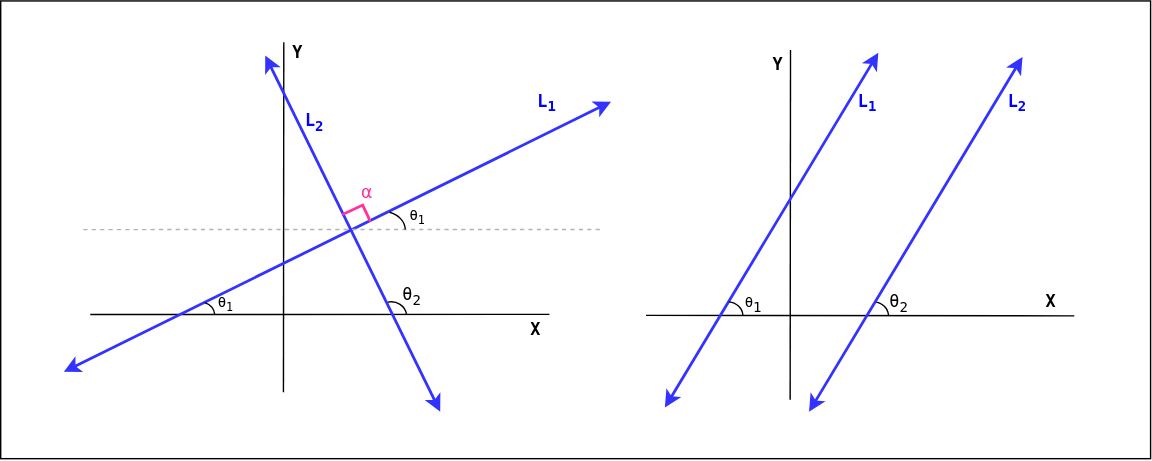
The draw.io diagram public/diagrams/line-angle-parallel-perpendicular.svg in datkumar/code-journal, before a commit. Source tidied: cells renumbered, new cells last; positions are measured from the earlier drawing's top-left corner, leaving out a move shared by most shapes.
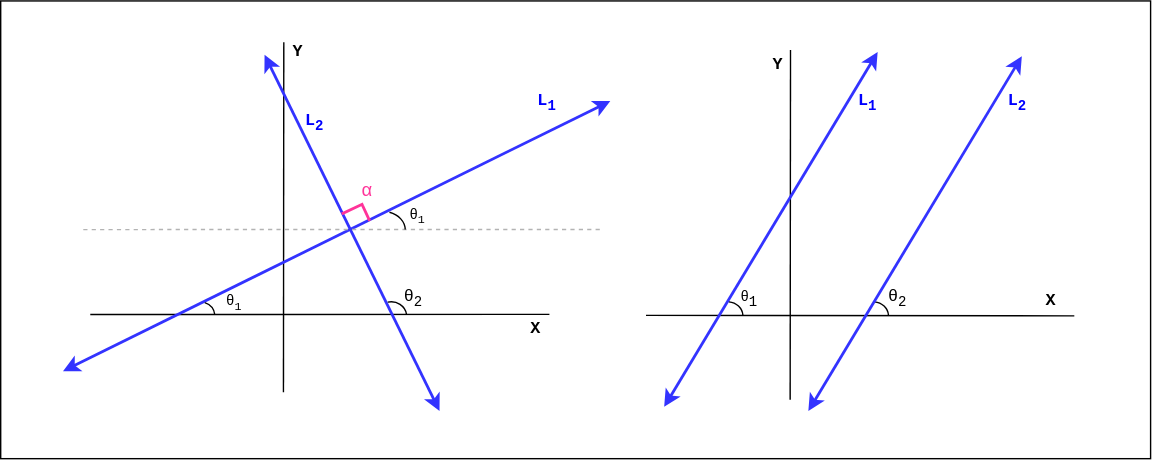
The same file after the commit.

What changed in the source:
```diff
@@ -2,7 +2,7 @@
   <root>
     <mxCell id="0" />
     <mxCell id="1" parent="0" />
-    <mxCell id="2" style="rounded=0;whiteSpace=wrap;html=1;fillColor=light-dark(#FFFFFF,#FFFFFF);fillStyle=solid;" parent="1" vertex="1">
+    <mxCell id="2" style="rounded=0;whiteSpace=wrap;html=1;fillColor=light-dark(#FFFFFF,#FFFFFF);fillStyle=solid;fontFamily=monospace;" parent="1" vertex="1">
       <mxGeometry width="821.5" height="327" as="geometry" />
     </mxCell>
     <mxCell id="3" style="endArrow=none;html=1;strokeWidth=1;rounded=0;strokeColor=light-dark(#000000,#000000);fontFamily=monospace;fontColor=#000000;" parent="1" edge="1">
@@ -35,17 +35,17 @@
         <mxPoint x="314" y="293.5" as="targetPoint" />
       </mxGeometry>
     </mxCell>
-    <mxCell id="9" style="verticalLabelPosition=bottom;verticalAlign=top;html=1;shape=mxgraph.basic.arc;startAngle=0.9636691006109255;endAngle=0.2293572000800764;fontColor=#000000;fillColor=light-dark(#000000,#000000);strokeColor=light-dark(#000000,#000000);" parent="1" vertex="1">
+    <mxCell id="9" style="verticalLabelPosition=bottom;verticalAlign=top;html=1;shape=mxgraph.basic.arc;startAngle=0.9636691006109255;endAngle=0.2293572000800764;fontColor=#000000;fillColor=light-dark(#000000,#000000);strokeColor=light-dark(#000000,#000000);fontFamily=monospace;" parent="1" vertex="1">
       <mxGeometry x="268" y="214.9" width="22" height="20.6" as="geometry" />
     </mxCell>
     <mxCell id="10" value="θ&lt;sub&gt;2&lt;/sub&gt;" style="text;html=1;align=center;verticalAlign=middle;whiteSpace=wrap;rounded=0;fontFamily=monospace;fontColor=#000000;" parent="1" vertex="1">
-      <mxGeometry x="289" y="205" width="10" height="11" as="geometry" />
+      <mxGeometry x="290" y="207" width="10" height="11" as="geometry" />
     </mxCell>
-    <mxCell id="11" style="verticalLabelPosition=bottom;verticalAlign=top;html=1;shape=mxgraph.basic.arc;startAngle=0.055934176189578154;endAngle=0.23464572180095508;fontColor=#000000;fillColor=light-dark(#000000,#000000);strokeColor=light-dark(#000000,#000000);" parent="1" vertex="1">
+    <mxCell id="11" style="verticalLabelPosition=bottom;verticalAlign=top;html=1;shape=mxgraph.basic.arc;startAngle=0.055934176189578154;endAngle=0.23464572180095508;fontColor=#000000;fillColor=light-dark(#000000,#000000);strokeColor=light-dark(#000000,#000000);fontFamily=monospace;" parent="1" vertex="1">
       <mxGeometry x="131" y="214.9" width="22" height="20.6" as="geometry" />
     </mxCell>
     <mxCell id="12" value="θ&lt;sub&gt;1&lt;/sub&gt;" style="text;html=1;align=center;verticalAlign=middle;whiteSpace=wrap;rounded=0;fontFamily=monospace;fontColor=#000000;fontSize=10;" parent="1" vertex="1">
-      <mxGeometry x="156" y="210.4" width="10" height="11" as="geometry" />
+      <mxGeometry x="162" y="210.4" width="10" height="11" as="geometry" />
     </mxCell>
     <mxCell id="13" style="endArrow=none;html=1;strokeWidth=1;rounded=0;strokeColor=light-dark(#B3B3B3,#B3B3B3);fontFamily=monospace;fontColor=#000000;dashed=1;" parent="1" edge="1">
       <mxGeometry relative="1" as="geometry">
@@ -53,7 +53,7 @@
         <mxPoint x="429" y="163.3" as="targetPoint" />
       </mxGeometry>
     </mxCell>
-    <mxCell id="14" style="verticalLabelPosition=bottom;verticalAlign=top;html=1;shape=mxgraph.basic.arc;startAngle=0.05327502229391867;endAngle=0.2467189196852038;fontColor=#000000;fillColor=light-dark(#000000,#000000);strokeColor=light-dark(#000000,#000000);" parent="1" vertex="1">
+    <mxCell id="14" style="verticalLabelPosition=bottom;verticalAlign=top;html=1;shape=mxgraph.basic.arc;startAngle=0.05327502229391867;endAngle=0.2467189196852038;fontColor=#000000;fillColor=light-dark(#000000,#000000);strokeColor=light-dark(#000000,#000000);fontFamily=monospace;" parent="1" vertex="1">
       <mxGeometry x="255.5" y="150.2" width="33.5" height="26.6" as="geometry" />
     </mxCell>
     <mxCell id="15" value="θ&lt;sub&gt;1&lt;/sub&gt;" style="text;html=1;align=center;verticalAlign=middle;whiteSpace=wrap;rounded=0;fontFamily=monospace;fontColor=#000000;fontSize=10;" parent="1" vertex="1">
@@ -86,11 +86,11 @@
         <mxPoint x="474.5" y="290.5" as="targetPoint" />
       </mxGeometry>
     </mxCell>
-    <mxCell id="22" style="verticalLabelPosition=bottom;verticalAlign=top;html=1;shape=mxgraph.basic.arc;startAngle=0.014285457105234005;endAngle=0.23853446749302298;fontColor=#000000;fillColor=light-dark(#000000,#000000);strokeColor=light-dark(#000000,#000000);" parent="1" vertex="1">
+    <mxCell id="22" style="verticalLabelPosition=bottom;verticalAlign=top;html=1;shape=mxgraph.basic.arc;startAngle=0.014285457105234005;endAngle=0.23853446749302298;fontColor=#000000;fillColor=light-dark(#000000,#000000);strokeColor=light-dark(#000000,#000000);fontFamily=monospace;" parent="1" vertex="1">
       <mxGeometry x="612.2" y="214.9" width="22" height="20.6" as="geometry" />
     </mxCell>
     <mxCell id="23" value="θ&lt;sub&gt;2&lt;/sub&gt;" style="text;html=1;align=center;verticalAlign=middle;whiteSpace=wrap;rounded=0;fontFamily=monospace;fontColor=#000000;" parent="1" vertex="1">
-      <mxGeometry x="636.5" y="210.4" width="10" height="11" as="geometry" />
+      <mxGeometry x="636" y="207" width="10" height="11" as="geometry" />
     </mxCell>
     <mxCell id="24" value="L&lt;sub&gt;1&lt;/sub&gt;" style="text;html=1;align=center;verticalAlign=middle;whiteSpace=wrap;rounded=0;fontFamily=monospace;fontStyle=1;fontColor=light-dark(#0000FF,#0000FF);" parent="1" vertex="1">
       <mxGeometry x="381" y="63" width="19" height="20" as="geometry" />
@@ -104,7 +104,7 @@
     <mxCell id="27" value="L&lt;sub&gt;2&lt;/sub&gt;" style="text;html=1;align=center;verticalAlign=middle;whiteSpace=wrap;rounded=0;fontFamily=monospace;fontStyle=1;fontColor=light-dark(#0000FF,#0000FF);" parent="1" vertex="1">
       <mxGeometry x="717" y="63" width="19" height="20" as="geometry" />
     </mxCell>
-    <mxCell id="28" style="shape=partialRectangle;whiteSpace=wrap;html=1;bottom=0;right=0;fillColor=none;rotation=65;strokeWidth=2;strokeColor=light-dark(#FF3399,#FF3399);" parent="1" vertex="1">
+    <mxCell id="28" style="shape=partialRectangle;whiteSpace=wrap;html=1;bottom=0;right=0;fillColor=none;rotation=65;strokeWidth=2;strokeColor=light-dark(#FF3399,#FF3399);fontFamily=monospace;" parent="1" vertex="1">
       <mxGeometry x="248.4" y="147" width="12" height="15" as="geometry" />
     </mxCell>
     <mxCell id="29" style="endArrow=classic;startArrow=classic;html=1;rounded=0;strokeColor=#3333FF;fontFamily=monospace;fontColor=#000000;strokeWidth=2;" parent="1" edge="1">
@@ -113,11 +113,11 @@
         <mxPoint x="577.5" y="293.5" as="targetPoint" />
       </mxGeometry>
     </mxCell>
-    <mxCell id="30" style="verticalLabelPosition=bottom;verticalAlign=top;html=1;shape=mxgraph.basic.arc;startAngle=0.014285457105234005;endAngle=0.23853446749302298;fontColor=#000000;fillColor=light-dark(#000000,#000000);strokeColor=light-dark(#000000,#000000);" parent="1" vertex="1">
+    <mxCell id="30" style="verticalLabelPosition=bottom;verticalAlign=top;html=1;shape=mxgraph.basic.arc;startAngle=0.014285457105234005;endAngle=0.23853446749302298;fontColor=#000000;fillColor=light-dark(#000000,#000000);strokeColor=light-dark(#000000,#000000);fontFamily=monospace;" parent="1" vertex="1">
       <mxGeometry x="508.2" y="214.9" width="22" height="20.6" as="geometry" />
     </mxCell>
     <mxCell id="31" value="&lt;span style=&quot;font-size: 10px;&quot;&gt;θ&lt;/span&gt;&lt;sub&gt;1&lt;/sub&gt;" style="text;html=1;align=center;verticalAlign=middle;whiteSpace=wrap;rounded=0;fontFamily=monospace;fontColor=#000000;" parent="1" vertex="1">
-      <mxGeometry x="532.5" y="210.4" width="10" height="11" as="geometry" />
+      <mxGeometry x="530.2" y="207" width="10" height="11" as="geometry" />
     </mxCell>
   </root>
 </mxGraphModel>
```
